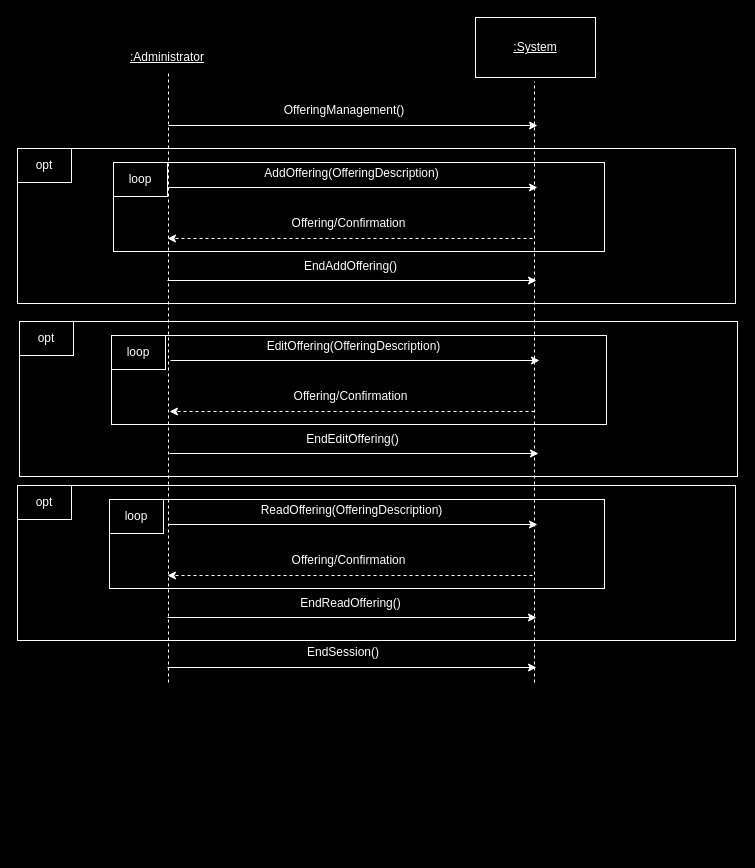
Before: Old Attempts/ssd_OfferingManagement.drawio in matdavid7272/342project, a draw.io diagram. Source tidied: cells renumbered, new cells numbered last; positions are measured from the earlier drawing's top-left corner, leaving out a move shared by most shapes. Both pictures are drawn from the tidied source at 100%, with x=0, y=0 at pixel (17, 17).
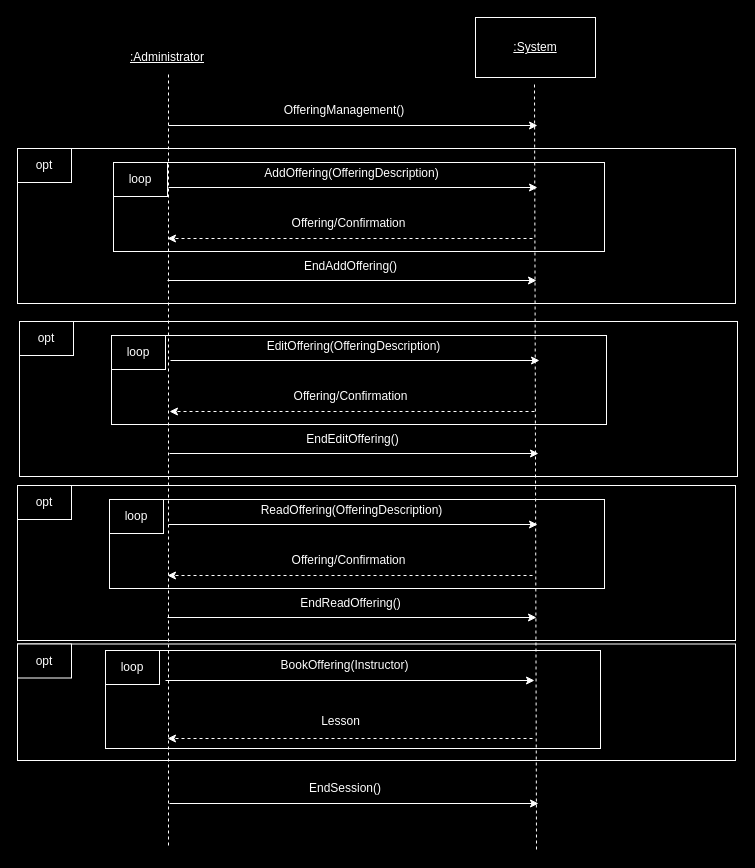
Above is the later version.

Change to the diagram source:
```diff
@@
+    <mxCell id="41" style="rounded=0;whiteSpace=wrap;html=1;fillColor=#000000;strokeColor=#FFFFFF;" parent="1" vertex="1">
+      <mxGeometry y="626.5" width="718" height="116.5" as="geometry" />
+    </mxCell>
+    <mxCell id="42" style="rounded=0;whiteSpace=wrap;html=1;fillColor=#000000;strokeColor=#FFFFFF;" parent="1" vertex="1">
+      <mxGeometry x="88" y="633" width="495" height="98" as="geometry" />
+    </mxCell>
@@
     <mxCell id="24" style="endArrow=none;dashed=1;html=1;rounded=0;strokeColor=#FFFFFF;" parent="1" edge="1">
       <mxGeometry relative="1" as="geometry">
-        <mxPoint x="151" y="665" as="sourcePoint" />
+        <mxPoint x="151" y="828" as="sourcePoint" />
         <mxPoint x="151" y="56" as="targetPoint" />
       </mxGeometry>
     </mxCell>
     <mxCell id="25" style="endArrow=none;dashed=1;html=1;rounded=0;strokeColor=#FFFFFF;" parent="1" edge="1">
       <mxGeometry relative="1" as="geometry">
-        <mxPoint x="517" y="665" as="sourcePoint" />
+        <mxPoint x="519" y="832" as="sourcePoint" />
         <mxPoint x="517" y="64" as="targetPoint" />
       </mxGeometry>
     </mxCell>
@@
     <mxCell id="39" style="endArrow=classic;html=1;rounded=0;strokeColor=#FFFFFF;" parent="1" edge="1">
       <mxGeometry relative="1" as="geometry">
-        <mxPoint x="150" y="650" as="sourcePoint" />
-        <mxPoint x="519" y="650" as="targetPoint" />
+        <mxPoint x="152" y="786" as="sourcePoint" />
+        <mxPoint x="521" y="786" as="targetPoint" />
       </mxGeometry>
     </mxCell>
     <mxCell id="40" value="&lt;font color=&quot;#ffffff&quot;&gt;EndSession()&lt;/font&gt;" style="text;html=1;align=center;verticalAlign=middle;whiteSpace=wrap;rounded=0;" parent="1" vertex="1">
-      <mxGeometry x="296" y="620" width="60" height="30" as="geometry" />
+      <mxGeometry x="298" y="756" width="60" height="30" as="geometry" />
     </mxCell>
+    <mxCell id="43" value="&lt;font color=&quot;#ffffff&quot;&gt;BookOffering(Instructor)&lt;/font&gt;" style="text;html=1;align=center;verticalAlign=middle;whiteSpace=wrap;rounded=0;" parent="1" vertex="1">
+      <mxGeometry x="205.5" y="633" width="243" height="30" as="geometry" />
+    </mxCell>
+    <mxCell id="44" style="endArrow=classic;html=1;rounded=0;strokeColor=#FFFFFF;" parent="1" edge="1">
+      <mxGeometry relative="1" as="geometry">
+        <mxPoint x="148" y="663" as="sourcePoint" />
+        <mxPoint x="517" y="663" as="targetPoint" />
+      </mxGeometry>
+    </mxCell>
+    <mxCell id="45" style="endArrow=classic;html=1;rounded=0;strokeColor=#FFFFFF;dashed=1;" parent="1" edge="1">
+      <mxGeometry relative="1" as="geometry">
+        <mxPoint x="515" y="721" as="sourcePoint" />
+        <mxPoint x="150" y="721" as="targetPoint" />
+      </mxGeometry>
+    </mxCell>
+    <mxCell id="46" value="&lt;font style=&quot;background-color: rgb(0, 0, 0);&quot; color=&quot;#ffffff&quot;&gt;Lesson&lt;/font&gt;" style="text;html=1;align=center;verticalAlign=middle;whiteSpace=wrap;rounded=0;" parent="1" vertex="1">
+      <mxGeometry x="202" y="689" width="243" height="30" as="geometry" />
+    </mxCell>
+    <mxCell id="47" value="&lt;span style=&quot;color: rgb(255, 255, 255);&quot;&gt;loop&lt;/span&gt;" style="rounded=0;whiteSpace=wrap;html=1;fillColor=#000000;strokeColor=#FFFFFF;" parent="1" vertex="1">
+      <mxGeometry x="88" y="633" width="54" height="34" as="geometry" />
+    </mxCell>
+    <mxCell id="48" value="&lt;span style=&quot;color: rgb(255, 255, 255);&quot;&gt;opt&lt;/span&gt;" style="rounded=0;whiteSpace=wrap;html=1;fillColor=#000000;strokeColor=#FFFFFF;" parent="1" vertex="1">
+      <mxGeometry y="626.5" width="54" height="34" as="geometry" />
+    </mxCell>
```
